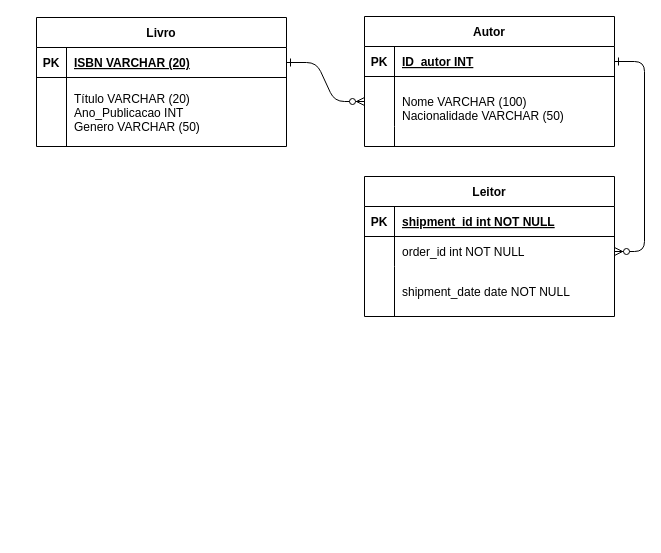
astsev/atividades keeps this draw.io diagram as Diagrama sem nome.drawio. Above is the earlier version. Source tidied: cells renumbered, new cells numbered last; positions are measured from the earlier drawing's top-left corner, leaving out a move shared by most shapes. Both pictures are drawn from the tidied source at 100%, with x=0, y=0 at pixel (36, 16).
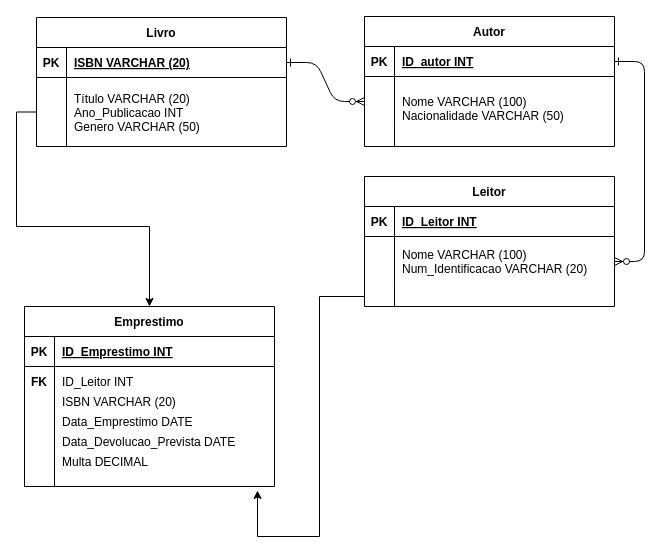
Above is the later version.

The change refers to these unchanged cells:
```xml
<mxCell id="15" style="shape=partialRectangle;fillColor=none;top=0;left=0;right=0;bottom=1;" parent="14" vertex="1">
  <mxGeometry y="30" width="250" height="30" as="geometry" />
</mxCell>
<mxCell id="28" style="shape=partialRectangle;fillColor=none;points=[[0,0.5],[1,0.5]];portConstraint=eastwest;top=0;left=0;right=0;bottom=0;" parent="24" vertex="1">
  <mxGeometry y="60" width="250" height="69" as="geometry" />
</mxCell>
```

Change to the diagram source:
```diff
@@
     <mxCell id="14" value="Leitor" style="shape=table;startSize=30;childLayout=tableLayout;rowLines=0;fontStyle=1;align=center;" parent="1" vertex="1">
-      <mxGeometry x="328" y="160" width="250" height="140" as="geometry" />
+      <mxGeometry x="328" y="160" width="250" height="130" as="geometry" />
     </mxCell>
@@
-    <mxCell id="17" value="shipment_id int NOT NULL " style="shape=partialRectangle;overflow=hidden;fillColor=none;top=0;left=0;bottom=0;right=0;align=left;spacingLeft=6;fontStyle=5;" parent="15" vertex="1">
+    <mxCell id="17" value="ID_Leitor INT" style="shape=partialRectangle;overflow=hidden;fillColor=none;top=0;left=0;bottom=0;right=0;align=left;spacingLeft=6;fontStyle=5;" parent="15" vertex="1">
       <mxGeometry x="30" width="220" height="30" as="geometry" />
     </mxCell>
     <mxCell id="18" style="shape=partialRectangle;fillColor=none;points=[[0,0.5],[1,0.5]];portConstraint=eastwest;top=0;left=0;right=0;bottom=0;" parent="14" vertex="1">
-      <mxGeometry y="60" width="250" height="30" as="geometry" />
+      <mxGeometry y="60" width="250" height="50" as="geometry" />
     </mxCell>
     <mxCell id="19" style="shape=partialRectangle;overflow=hidden;fillColor=none;top=0;left=0;bottom=0;right=0;" parent="18" vertex="1">
-      <mxGeometry width="30" height="30" as="geometry" />
+      <mxGeometry width="30" height="50" as="geometry" />
     </mxCell>
-    <mxCell id="20" value="order_id int NOT NULL" style="shape=partialRectangle;overflow=hidden;fillColor=none;top=0;left=0;bottom=0;right=0;align=left;spacingLeft=6;" parent="18" vertex="1">
-      <mxGeometry x="30" width="220" height="30" as="geometry" />
+    <mxCell id="20" value="Nome VARCHAR (100)&#10;Num_Identificacao VARCHAR (20) " style="shape=partialRectangle;overflow=hidden;fillColor=none;top=0;left=0;bottom=0;right=0;align=left;spacingLeft=6;" parent="18" vertex="1">
+      <mxGeometry x="30" width="220" height="50" as="geometry" />
     </mxCell>
     <mxCell id="21" style="shape=partialRectangle;fillColor=none;points=[[0,0.5],[1,0.5]];portConstraint=eastwest;top=0;left=0;right=0;bottom=0;" parent="14" vertex="1">
-      <mxGeometry y="90" width="250" height="50" as="geometry" />
+      <mxGeometry y="110" width="250" height="20" as="geometry" />
     </mxCell>
     <mxCell id="22" style="shape=partialRectangle;overflow=hidden;fillColor=none;top=0;left=0;bottom=0;right=0;" parent="21" vertex="1">
-      <mxGeometry width="30" height="50" as="geometry" />
+      <mxGeometry width="30" height="20" as="geometry" />
     </mxCell>
-    <mxCell id="23" value="shipment_date date NOT NULL" style="shape=partialRectangle;overflow=hidden;fillColor=none;top=0;left=0;bottom=0;right=0;align=left;spacingLeft=6;" parent="21" vertex="1">
-      <mxGeometry x="30" width="220" height="50" as="geometry" />
+    <mxCell id="23" style="shape=partialRectangle;overflow=hidden;fillColor=none;top=0;left=0;bottom=0;right=0;align=left;spacingLeft=6;" parent="21" vertex="1">
+      <mxGeometry x="30" width="220" height="20" as="geometry" />
     </mxCell>
@@
+    <mxCell id="31" value="Emprestimo" style="shape=table;startSize=30;childLayout=tableLayout;rowLines=0;fontStyle=1;align=center;" parent="1" vertex="1">
+      <mxGeometry x="-12" y="290" width="250" height="180" as="geometry" />
+    </mxCell>
+    <mxCell id="32" style="shape=partialRectangle;fillColor=none;top=0;left=0;right=0;bottom=1;" parent="31" vertex="1">
+      <mxGeometry y="30" width="250" height="30" as="geometry" />
+    </mxCell>
+    <mxCell id="33" value="PK" style="shape=partialRectangle;overflow=hidden;fillColor=none;top=0;left=0;bottom=0;right=0;fontStyle=1;" parent="32" vertex="1">
+      <mxGeometry width="30" height="30" as="geometry" />
+    </mxCell>
+    <mxCell id="34" value="ID_Emprestimo INT" style="shape=partialRectangle;overflow=hidden;fillColor=none;top=0;left=0;bottom=0;right=0;align=left;spacingLeft=6;fontStyle=5;" parent="32" vertex="1">
+      <mxGeometry x="30" width="220" height="30" as="geometry" />
+    </mxCell>
+    <mxCell id="35" style="shape=partialRectangle;fillColor=none;points=[[0,0.5],[1,0.5]];portConstraint=eastwest;top=0;left=0;right=0;bottom=0;" parent="31" vertex="1">
+      <mxGeometry y="60" width="250" height="120" as="geometry" />
+    </mxCell>
+    <mxCell id="36" style="shape=partialRectangle;overflow=hidden;fillColor=none;top=0;left=0;bottom=0;right=0;" parent="35" vertex="1">
+      <mxGeometry width="30" height="120" as="geometry" />
+    </mxCell>
+    <mxCell id="37" style="shape=partialRectangle;overflow=hidden;fillColor=none;top=0;left=0;bottom=0;right=0;align=left;spacingLeft=6;" parent="35" vertex="1">
+      <mxGeometry x="30" width="220" height="120" as="geometry" />
+    </mxCell>
+    <mxCell id="38" value="FK" style="shape=partialRectangle;overflow=hidden;fillColor=none;top=0;left=0;bottom=0;right=0;fontStyle=1;" parent="1" vertex="1">
+      <mxGeometry x="-12" y="350" width="30" height="30" as="geometry" />
+    </mxCell>
+    <mxCell id="39" value="ID_Leitor INT" style="shape=partialRectangle;overflow=hidden;fillColor=none;top=0;left=0;bottom=0;right=0;align=left;spacingLeft=6;" parent="1" vertex="1">
+      <mxGeometry x="18" y="350" width="220" height="30" as="geometry" />
+    </mxCell>
+    <mxCell id="40" value="ISBN VARCHAR (20)" style="shape=partialRectangle;overflow=hidden;fillColor=none;top=0;left=0;bottom=0;right=0;align=left;spacingLeft=6;" parent="1" vertex="1">
+      <mxGeometry x="18" y="370" width="220" height="30" as="geometry" />
+    </mxCell>
+    <mxCell id="41" value="Data_Emprestimo DATE" style="shape=partialRectangle;overflow=hidden;fillColor=none;top=0;left=0;bottom=0;right=0;align=left;spacingLeft=6;" parent="1" vertex="1">
+      <mxGeometry x="18" y="390" width="220" height="30" as="geometry" />
+    </mxCell>
+    <mxCell id="42" value="Data_Devolucao_Prevista DATE" style="shape=partialRectangle;overflow=hidden;fillColor=none;top=0;left=0;bottom=0;right=0;align=left;spacingLeft=6;" parent="1" vertex="1">
+      <mxGeometry x="18" y="410" width="220" height="30" as="geometry" />
+    </mxCell>
+    <mxCell id="43" value="Multa DECIMAL" style="shape=partialRectangle;overflow=hidden;fillColor=none;top=0;left=0;bottom=0;right=0;align=left;spacingLeft=6;" parent="1" vertex="1">
+      <mxGeometry x="18" y="430" width="220" height="30" as="geometry" />
+    </mxCell>
+    <mxCell id="44" style="edgeStyle=orthogonalEdgeStyle;rounded=0;jettySize=auto;html=1;exitX=0;exitY=0.5;exitDx=0;exitDy=0;entryX=0.932;entryY=1.033;entryDx=0;entryDy=0;entryPerimeter=0;" parent="1" edge="1" source="21" target="35">
+      <mxGeometry relative="1" as="geometry">
+        <Array as="points">
+          <mxPoint x="283" y="280" />
+          <mxPoint x="283" y="520" />
+          <mxPoint x="221" y="520" />
+        </Array>
+      </mxGeometry>
+    </mxCell>
+    <mxCell id="45" style="edgeStyle=orthogonalEdgeStyle;rounded=0;jettySize=auto;html=1;exitX=0;exitY=0.5;exitDx=0;exitDy=0;" parent="1" edge="1" source="28" target="31">
+      <mxGeometry relative="1" as="geometry" />
+    </mxCell>
```
